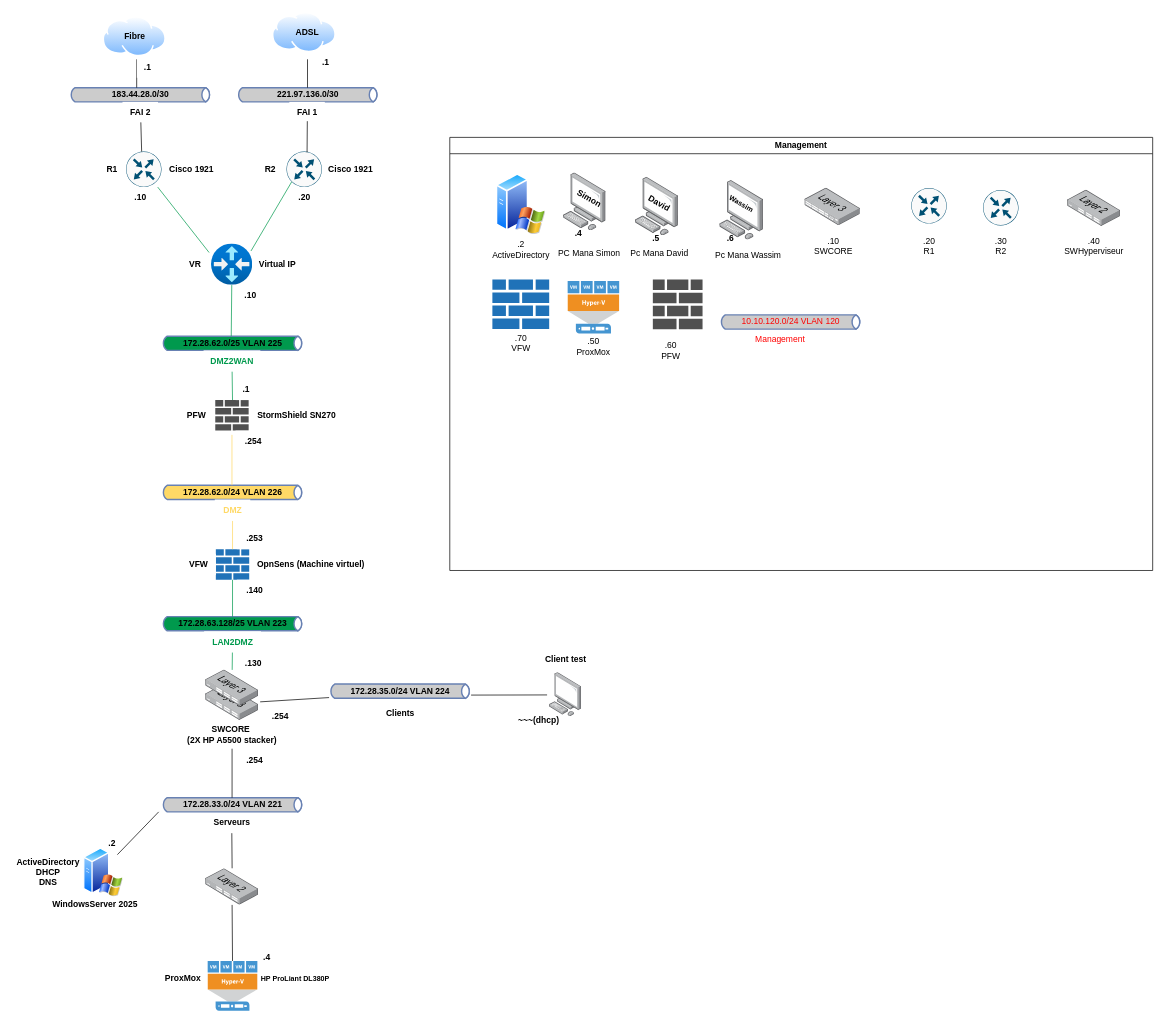
Earlier version of the draw.io diagram docs/Ressources/shema_reseaux.drawio (Sym-0ne/sport-ludique-Chartres). Source tidied: cells renumbered, new cells numbered last; positions are measured from the earlier drawing's top-left corner, leaving out a move shared by most shapes. Both pictures are drawn from the tidied source at 71%, with x=0, y=0 at pixel (12, 12).
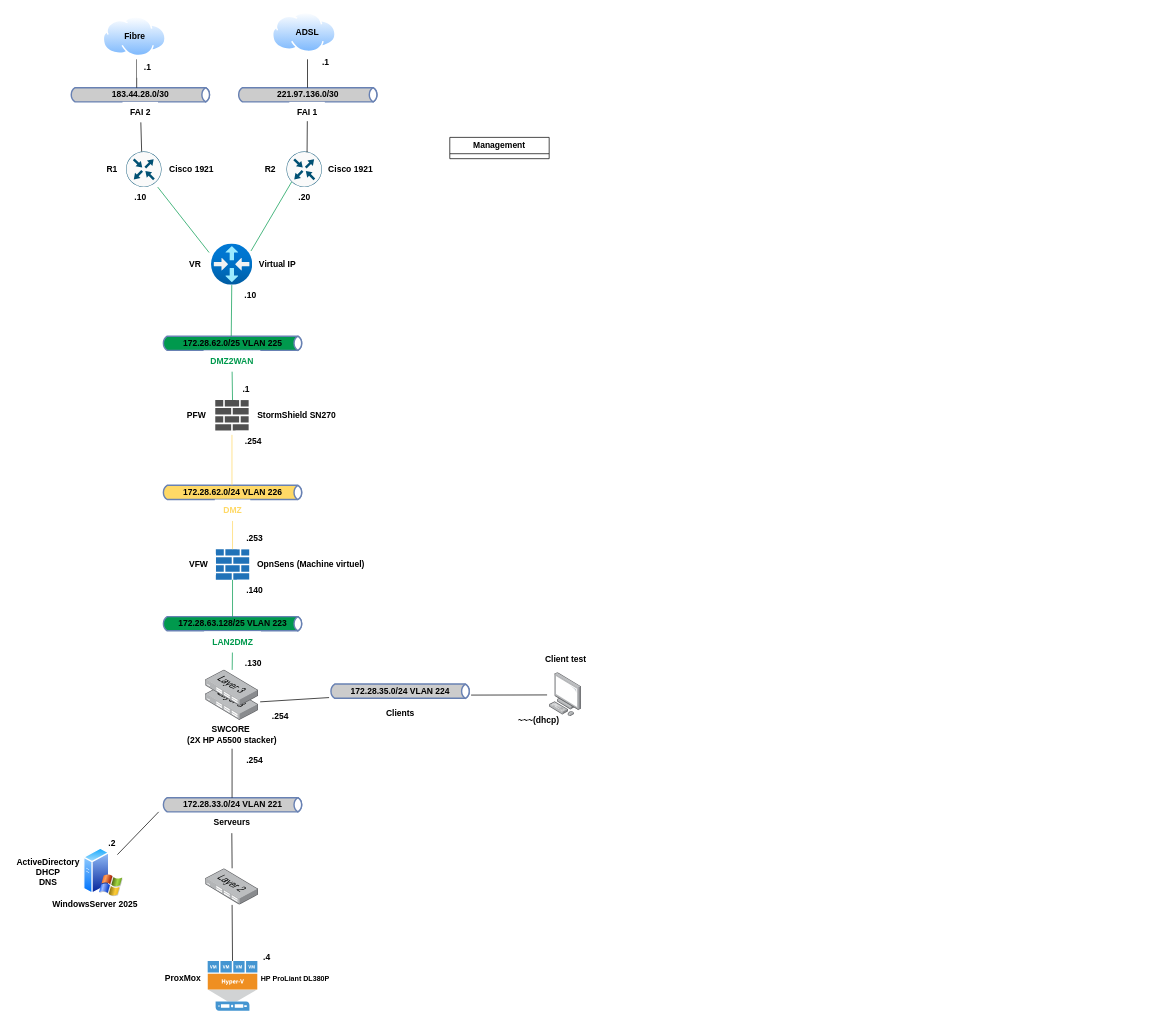
Above is the later version.

Commit message (it also covers changes not shown here):
modif schema réseau et physique

Change to the diagram source:
```diff
@@
-    <mxCell id="77" value="&lt;div&gt;Management&lt;/div&gt;" style="swimlane;whiteSpace=wrap;html=1;fontStyle=1;" parent="1" vertex="1">
-      <mxGeometry x="616" y="176" width="990" height="610" as="geometry" />
+    <mxCell id="77" value="&lt;div&gt;Management&lt;/div&gt;" style="swimlane;whiteSpace=wrap;html=1;fontStyle=1;" parent="1" vertex="1" collapsed="1">
+      <mxGeometry x="616" y="176" width="140" height="30" as="geometry" />
     </mxCell>
-    <mxCell id="78" value="&lt;div&gt;&lt;span style=&quot;color: rgb(255, 0, 0);&quot;&gt;10.10.120.0/24 VLAN 120&lt;/span&gt;&lt;/div&gt;" style="html=1;fillColor=#CCCCCC;strokeColor=#6881B3;gradientColor=none;gradientDirection=north;strokeWidth=2;shape=mxgraph.networks.bus;gradientColor=none;gradientDirection=north;fontColor=#ffffff;perimeter=backbonePerimeter;backboneSize=20;" parent="77" vertex="1">
-      <mxGeometry x="380" y="220" width="200" height="80" as="geometry" />
-    </mxCell>
-    <mxCell id="79" value="&lt;span style=&quot;color: rgb(255, 0, 0);&quot;&gt;Management&lt;/span&gt;" style="text;html=1;align=center;verticalAlign=middle;strokeColor=none;fillColor=none;" parent="77" vertex="1">
-      <mxGeometry x="420" y="270" width="90" height="30" as="geometry" />
-    </mxCell>
-    <mxCell id="80" style="image;perimeter=ellipsePerimeter;html=1;align=center;shadow=0;dashed=0;spacingTop=3;image=img/lib/active_directory/windows_server_2.svg;" parent="77" vertex="1">
-      <mxGeometry x="65" y="50" width="70" height="87.5" as="geometry" />
-    </mxCell>
-    <mxCell id="81" style="shadow=0;dashed=0;html=1;strokeColor=none;fillColor=#4495D1;labelPosition=center;verticalLabelPosition=bottom;verticalAlign=top;align=center;shape=mxgraph.veeam.hyper_v_host;" parent="77" vertex="1">
-      <mxGeometry x="166" y="202.2" width="72.6" height="74" as="geometry" />
-    </mxCell>
-    <mxCell id="82" value="&lt;div&gt;&lt;br&gt;&lt;/div&gt;&lt;div&gt;.50&lt;/div&gt;&lt;div&gt;ProxMox&lt;/div&gt;&lt;div&gt;&lt;br&gt;&lt;/div&gt;" style="text;html=1;align=center;verticalAlign=middle;strokeColor=none;fillColor=none;" parent="77" vertex="1">
-      <mxGeometry x="167.3" y="260" width="70" height="70" as="geometry" />
-    </mxCell>
-    <mxCell id="83" value="&lt;div&gt;.2&lt;/div&gt;&lt;div&gt;ActiveDirectory&lt;/div&gt;" style="text;html=1;align=center;verticalAlign=middle;strokeColor=none;fillColor=none;" parent="77" vertex="1">
-      <mxGeometry x="50" y="137.5" width="100" height="40" as="geometry" />
-    </mxCell>
-    <mxCell id="84" style="image;html=1;align=center;shadow=0;dashed=0;image=img/lib/allied_telesis/switch/Switch_52_port_L3.svg;" parent="77" vertex="1">
-      <mxGeometry x="500" y="71.4" width="78" height="52.8" as="geometry" />
-    </mxCell>
-    <mxCell id="85" value="&lt;div&gt;.10&lt;/div&gt;&lt;div&gt;SWCORE&lt;/div&gt;" style="text;html=1;align=center;verticalAlign=middle;strokeColor=none;fillColor=none;" parent="77" vertex="1">
-      <mxGeometry x="500" y="133.2" width="80" height="40" as="geometry" />
-    </mxCell>
-    <mxCell id="86" style="sketch=0;verticalLabelPosition=bottom;html=1;verticalAlign=top;align=center;shape=mxgraph.cisco19.rect;prIcon=router;fillColor=#FAFAFA;strokeColor=#005073;" parent="77" vertex="1">
-      <mxGeometry x="650" y="71.4" width="50" height="50" as="geometry" />
-    </mxCell>
-    <mxCell id="87" value="&lt;div&gt;.20&lt;/div&gt;&lt;div&gt;R1&lt;/div&gt;" style="text;html=1;align=center;verticalAlign=middle;strokeColor=none;fillColor=none;" parent="77" vertex="1">
-      <mxGeometry x="655" y="133.2" width="40" height="40" as="geometry" />
-    </mxCell>
-    <mxCell id="88" style="sketch=0;verticalLabelPosition=bottom;html=1;verticalAlign=top;align=center;shape=mxgraph.cisco19.rect;prIcon=router;fillColor=#FAFAFA;strokeColor=#005073;" parent="77" vertex="1">
-      <mxGeometry x="751" y="74.2" width="50" height="50" as="geometry" />
-    </mxCell>
-    <mxCell id="89" value="&lt;div&gt;.30&lt;/div&gt;&lt;div&gt;R2&lt;/div&gt;" style="text;html=1;align=center;verticalAlign=middle;strokeColor=none;fillColor=none;" parent="77" vertex="1">
-      <mxGeometry x="756" y="133.2" width="40" height="40" as="geometry" />
-    </mxCell>
-    <mxCell id="90" style="image;html=1;align=center;shadow=0;dashed=0;image=img/lib/allied_telesis/switch/Switch_24_port_L2.svg;" parent="77" vertex="1">
-      <mxGeometry x="870" y="74.2" width="74.4" height="51" as="geometry" />
-    </mxCell>
-    <mxCell id="91" value="&lt;div&gt;.40&lt;/div&gt;&lt;div&gt;SWHyperviseur&lt;/div&gt;" style="text;html=1;align=center;verticalAlign=middle;strokeColor=none;fillColor=none;" parent="77" vertex="1">
-      <mxGeometry x="852.2" y="133.2" width="110" height="40" as="geometry" />
-    </mxCell>
-    <mxCell id="92" style="sketch=0;shadow=0;dashed=0;html=1;strokeColor=none;fillColor=#505050;labelPosition=center;verticalLabelPosition=bottom;verticalAlign=top;align=center;shape=mxgraph.office.concepts.firewall;" parent="77" vertex="1">
-      <mxGeometry x="286" y="200.3" width="70" height="70" as="geometry" />
-    </mxCell>
-    <mxCell id="93" value="&lt;div&gt;.60&lt;/div&gt;&lt;div&gt;PFW&lt;/div&gt;" style="text;html=1;align=center;verticalAlign=middle;strokeColor=none;fillColor=none;" parent="77" vertex="1">
-      <mxGeometry x="286" y="279.6" width="50" height="40" as="geometry" />
-    </mxCell>
-    <mxCell id="94" style="sketch=0;shadow=0;dashed=0;html=1;strokeColor=none;labelPosition=center;verticalLabelPosition=bottom;verticalAlign=top;align=center;shape=mxgraph.office.concepts.firewall;fillColor=#2072B8;" parent="77" vertex="1">
-      <mxGeometry x="60" y="200" width="80" height="70" as="geometry" />
-    </mxCell>
-    <mxCell id="95" value="&lt;div&gt;.70&lt;/div&gt;&lt;div&gt;VFW&lt;/div&gt;" style="text;html=1;align=center;verticalAlign=middle;strokeColor=none;fillColor=none;" parent="77" vertex="1">
-      <mxGeometry x="75" y="270" width="50" height="40" as="geometry" />
-    </mxCell>
-    <mxCell id="96" style="image;html=1;align=center;shadow=0;dashed=0;image=img/lib/allied_telesis/computer_and_terminals/Personal_Computer.svg;fontStyle=1;" parent="77" vertex="1">
-      <mxGeometry x="160" y="50" width="60.1" height="81.4" as="geometry" />
-    </mxCell>
-    <mxCell id="97" value=".4" style="text;html=1;align=center;verticalAlign=middle;strokeColor=none;fillColor=none;fontStyle=1;" parent="77" vertex="1">
-      <mxGeometry x="166" y="121.4" width="30" height="30" as="geometry" />
-    </mxCell>
-    <mxCell id="98" value="Simon" style="text;html=1;align=center;verticalAlign=middle;strokeColor=none;fillColor=none;rotation=30;fontStyle=1;" parent="77" vertex="1">
-      <mxGeometry x="166" y="71.4" width="60" height="30" as="geometry" />
-    </mxCell>
-    <mxCell id="99" value="PC Mana Simon" style="text;html=1;align=center;verticalAlign=middle;strokeColor=none;fillColor=none;" parent="77" vertex="1">
-      <mxGeometry x="141" y="147.5" width="110" height="30" as="geometry" />
-    </mxCell>
-    <mxCell id="100" style="image;html=1;align=center;shadow=0;dashed=0;image=img/lib/allied_telesis/computer_and_terminals/Personal_Computer.svg;fontStyle=1;" parent="77" vertex="1">
-      <mxGeometry x="261.4" y="56.1" width="60.6" height="82.2" as="geometry" />
-    </mxCell>
-    <mxCell id="101" value="David" style="text;html=1;align=center;verticalAlign=middle;strokeColor=none;fillColor=none;rotation=30;fontStyle=1;" parent="77" vertex="1">
-      <mxGeometry x="270" y="77.5" width="50" height="30" as="geometry" />
-    </mxCell>
-    <mxCell id="102" value=".5" style="text;html=1;align=center;verticalAlign=middle;strokeColor=none;fillColor=none;fontStyle=1;" parent="77" vertex="1">
-      <mxGeometry x="274.9" y="127.5" width="30" height="30" as="geometry" />
-    </mxCell>
-    <mxCell id="103" value="&lt;div&gt;Pc Mana David&lt;/div&gt;" style="text;html=1;align=center;verticalAlign=middle;strokeColor=none;fillColor=none;" parent="77" vertex="1">
-      <mxGeometry x="245" y="147.5" width="100" height="30" as="geometry" />
-    </mxCell>
-    <mxCell id="104" style="image;html=1;align=center;shadow=0;dashed=0;image=img/lib/allied_telesis/computer_and_terminals/Personal_Computer.svg;fontStyle=1;" parent="77" vertex="1">
-      <mxGeometry x="380" y="60.6" width="61.8" height="83.7" as="geometry" />
-    </mxCell>
-    <mxCell id="105" value="&lt;font style=&quot;font-size: 10px;&quot;&gt;Wassim&lt;/font&gt;" style="text;html=1;align=center;verticalAlign=middle;strokeColor=none;fillColor=none;rotation=30;fontStyle=1;" parent="77" vertex="1">
-      <mxGeometry x="380.9" y="77.5" width="60" height="30" as="geometry" />
-    </mxCell>
-    <mxCell id="106" value=".6" style="text;html=1;align=center;verticalAlign=middle;strokeColor=none;fillColor=none;fontStyle=1;" parent="77" vertex="1">
-      <mxGeometry x="380" y="127.5" width="30" height="30" as="geometry" />
-    </mxCell>
-    <mxCell id="107" value="&lt;div&gt;Pc Mana Wassim&lt;/div&gt;" style="text;html=1;align=center;verticalAlign=middle;strokeColor=none;fillColor=none;" parent="77" vertex="1">
-      <mxGeometry x="360" y="151.4" width="120" height="30" as="geometry" />
-    </mxCell>
```
